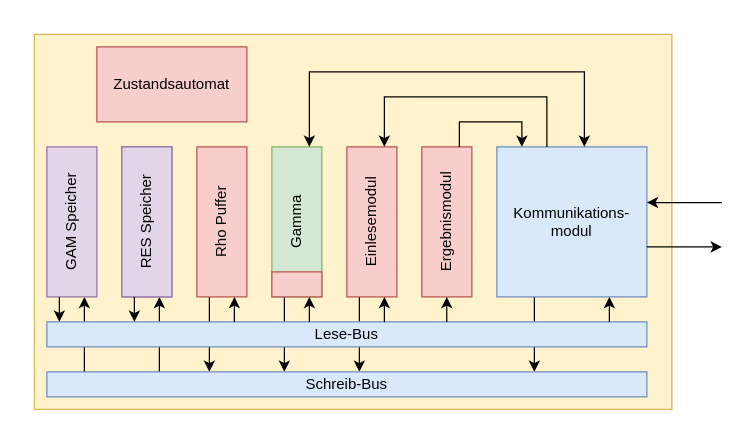
This is images/drawio templates/Iteration_3.drawio from niklaslorenz/abschlussarbeit, a draw.io file, before an edit. Source tidied: cells renumbered, new cells numbered last; positions are measured from the earlier drawing's top-left corner, leaving out a move shared by most shapes. Both pictures are drawn from the tidied source at 125%, with x=0, y=0 at pixel (9, 34).
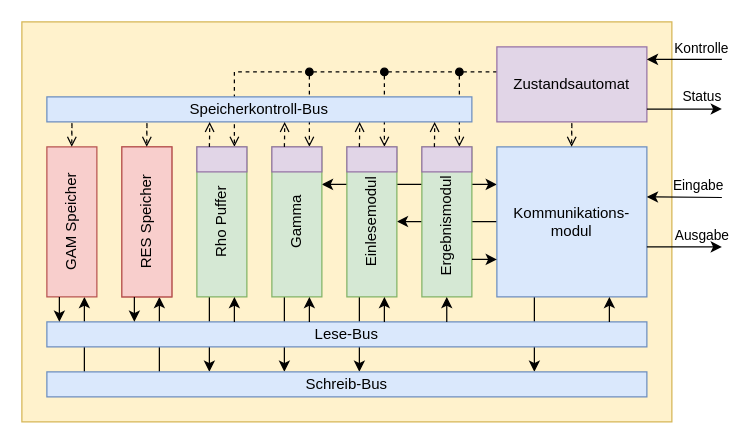
After the change.

The change refers to these unchanged cells:
```xml
<mxCell id="9" style="group;" parent="1" vertex="1">
  <mxGeometry x="30" y="90" width="40" height="120" as="geometry" />
</mxCell>
<mxCell id="18" style="group;" parent="1" vertex="1">
  <mxGeometry x="150" y="90" width="40" height="120" as="geometry" />
</mxCell>
<mxCell id="40" style="endArrow=classic;html=1;rounded=0;" parent="1" edge="1">
  <mxGeometry relative="1" as="geometry">
    <mxPoint x="510" y="170" as="sourcePoint" />
    <mxPoint x="570" y="170" as="targetPoint" />
  </mxGeometry>
</mxCell>
```

The edit, as a diff of the source:
```diff
@@
-    <mxCell id="2" style="rounded=0;whiteSpace=wrap;html=1;fillColor=#fff2cc;strokeColor=#d6b656;" parent="1" vertex="1">
-      <mxGeometry x="20" width="510" height="300" as="geometry" />
-    </mxCell>
+    <mxCell id="41" style="rounded=0;whiteSpace=wrap;html=1;fillColor=#fff2cc;strokeColor=#d6b656;" parent="1" vertex="1">
+      <mxGeometry x="10" y="-10" width="520" height="320" as="geometry" />
+    </mxCell>
+    <mxCell id="42" style="endArrow=open;html=1;rounded=0;dashed=1;endFill=0;startArrow=oval;startFill=1;" parent="1" edge="1">
+      <mxGeometry relative="1" as="geometry">
+        <mxPoint x="360" y="30" as="sourcePoint" />
+        <mxPoint x="360" y="90" as="targetPoint" />
+      </mxGeometry>
+    </mxCell>
+    <mxCell id="43" style="endArrow=open;html=1;rounded=0;dashed=1;endFill=0;startArrow=oval;startFill=1;" parent="1" edge="1">
+      <mxGeometry relative="1" as="geometry">
+        <mxPoint x="300" y="30" as="sourcePoint" />
+        <mxPoint x="300" y="90" as="targetPoint" />
+      </mxGeometry>
+    </mxCell>
+    <mxCell id="44" style="endArrow=open;html=1;rounded=0;dashed=1;endFill=0;startArrow=oval;startFill=1;" parent="1" edge="1">
+      <mxGeometry relative="1" as="geometry">
+        <mxPoint x="240" y="30" as="sourcePoint" />
+        <mxPoint x="240" y="90" as="targetPoint" />
+      </mxGeometry>
+    </mxCell>
+    <mxCell id="45" style="endArrow=open;html=1;rounded=0;dashed=1;endFill=0;" parent="1" edge="1">
+      <mxGeometry relative="1" as="geometry">
+        <mxPoint x="390" y="30" as="sourcePoint" />
+        <mxPoint x="180" y="90" as="targetPoint" />
+        <Array as="points">
+          <mxPoint x="180" y="30" />
+        </Array>
+      </mxGeometry>
+    </mxCell>
+    <mxCell id="46" style="endArrow=classic;html=1;rounded=0;" parent="1" edge="1">
+      <mxGeometry relative="1" as="geometry">
+        <mxPoint x="390" y="149.7" as="sourcePoint" />
+        <mxPoint x="310" y="149.7" as="targetPoint" />
+      </mxGeometry>
+    </mxCell>
+    <mxCell id="47" style="endArrow=classic;startArrow=classic;html=1;rounded=0;" parent="1" edge="1">
+      <mxGeometry relative="1" as="geometry">
+        <mxPoint x="250" y="120" as="sourcePoint" />
+        <mxPoint x="390" y="120" as="targetPoint" />
+      </mxGeometry>
+    </mxCell>
@@
-    <mxCell id="10" style="rounded=0;whiteSpace=wrap;html=1;fillColor=#e1d5e7;strokeColor=#9673a6;" parent="9" vertex="1">
+    <mxCell id="10" style="rounded=0;whiteSpace=wrap;html=1;fillColor=#f8cecc;strokeColor=#b85450;" parent="9" vertex="1">
       <mxGeometry width="40" height="120" as="geometry" />
     </mxCell>
@@
-    <mxCell id="12" style="group;fillColor=#e1d5e7;strokeColor=#9673a6;" parent="1" vertex="1">
+    <mxCell id="12" style="group;fillColor=#f8cecc;strokeColor=#b85450;" parent="1" vertex="1">
       <mxGeometry x="90" y="90" width="40" height="120" as="geometry" />
     </mxCell>
-    <mxCell id="13" style="rounded=0;whiteSpace=wrap;html=1;fillColor=#e1d5e7;strokeColor=#9673a6;" parent="12" vertex="1">
+    <mxCell id="13" style="rounded=0;whiteSpace=wrap;html=1;fillColor=#f8cecc;strokeColor=#b85450;" parent="12" vertex="1">
       <mxGeometry width="40" height="120" as="geometry" />
     </mxCell>
@@
-    <mxCell id="19" style="rounded=0;whiteSpace=wrap;html=1;fillColor=#f8cecc;strokeColor=#b85450;" parent="18" vertex="1">
+    <mxCell id="19" style="rounded=0;whiteSpace=wrap;html=1;fillColor=#d5e8d4;strokeColor=#82b366;" parent="18" vertex="1">
       <mxGeometry width="40" height="120" as="geometry" />
     </mxCell>
@@
+    <mxCell id="48" style="rounded=0;whiteSpace=wrap;html=1;fillColor=#e1d5e7;strokeColor=#9673a6;" parent="18" vertex="1">
+      <mxGeometry width="40" height="20" as="geometry" />
+    </mxCell>
@@
-    <mxCell id="24" style="rounded=0;whiteSpace=wrap;html=1;fillColor=#f8cecc;strokeColor=#b85450;" parent="1" vertex="1">
-      <mxGeometry x="210" y="190" width="40" height="20" as="geometry" />
+    <mxCell id="24" style="rounded=0;whiteSpace=wrap;html=1;fillColor=#e1d5e7;strokeColor=#9673a6;" parent="1" vertex="1">
+      <mxGeometry x="210" y="90" width="40" height="20" as="geometry" />
     </mxCell>
-    <mxCell id="25" style="rounded=0;whiteSpace=wrap;html=1;fillColor=#f8cecc;strokeColor=#b85450;" parent="1" vertex="1">
+    <mxCell id="25" style="rounded=0;whiteSpace=wrap;html=1;fillColor=#d5e8d4;strokeColor=#82b366;" parent="1" vertex="1">
       <mxGeometry x="270" y="90" width="40" height="120" as="geometry" />
     </mxCell>
@@
-    <mxCell id="31" style="rounded=0;whiteSpace=wrap;html=1;fillColor=#f8cecc;strokeColor=#b85450;" parent="1" vertex="1">
+    <mxCell id="31" style="rounded=0;whiteSpace=wrap;html=1;fillColor=#d5e8d4;strokeColor=#82b366;" parent="1" vertex="1">
       <mxGeometry x="330" y="90" width="40" height="120" as="geometry" />
     </mxCell>
-    <mxCell id="32" value="Ergebnismodul" style="text;html=1;strokeColor=none;fillColor=none;align=center;verticalAlign=middle;whiteSpace=wrap;rounded=0;rotation=-90;" parent="1" vertex="1">
+    <mxCell id="32" value="Ergebnismodul&amp;nbsp;&amp;nbsp;" style="text;html=1;strokeColor=none;fillColor=none;align=center;verticalAlign=middle;whiteSpace=wrap;rounded=0;rotation=-90;" parent="1" vertex="1">
       <mxGeometry x="320" y="135" width="60" height="30" as="geometry" />
     </mxCell>
@@
-    <mxCell id="35" style="endArrow=classic;html=1;rounded=0;" parent="1" edge="1">
-      <mxGeometry relative="1" as="geometry">
-        <mxPoint x="430" y="90" as="sourcePoint" />
-        <mxPoint x="300" y="90" as="targetPoint" />
-        <Array as="points">
-          <mxPoint x="430" y="50" />
-          <mxPoint x="300" y="50" />
-        </Array>
-      </mxGeometry>
-    </mxCell>
-    <mxCell id="36" style="endArrow=classic;html=1;rounded=0;" parent="1" edge="1">
-      <mxGeometry relative="1" as="geometry">
-        <mxPoint x="360" y="90" as="sourcePoint" />
-        <mxPoint x="410" y="90" as="targetPoint" />
-        <Array as="points">
-          <mxPoint x="360" y="70" />
-          <mxPoint x="410" y="70" />
-        </Array>
-      </mxGeometry>
-    </mxCell>
-    <mxCell id="37" style="endArrow=classic;html=1;rounded=0;startArrow=classic;startFill=1;" parent="1" edge="1">
-      <mxGeometry relative="1" as="geometry">
-        <mxPoint x="460" y="90" as="sourcePoint" />
-        <mxPoint x="240" y="90" as="targetPoint" />
-        <Array as="points">
-          <mxPoint x="460" y="30" />
-          <mxPoint x="240" y="30" />
-        </Array>
-      </mxGeometry>
-    </mxCell>
-    <mxCell id="38" value="Zustandsautomat" style="rounded=0;whiteSpace=wrap;html=1;fillColor=#f8cecc;strokeColor=#b85450;" parent="1" vertex="1">
-      <mxGeometry x="70" y="10" width="120" height="60" as="geometry" />
+    <mxCell id="38" value="Zustandsautomat" style="rounded=0;whiteSpace=wrap;html=1;fillColor=#e1d5e7;strokeColor=#9673a6;" parent="1" vertex="1">
+      <mxGeometry x="390" y="10" width="120" height="60" as="geometry" />
     </mxCell>
     <mxCell id="39" style="endArrow=classic;html=1;rounded=0;" parent="1" edge="1">
       <mxGeometry relative="1" as="geometry">
-        <mxPoint x="570" y="134.5" as="sourcePoint" />
-        <mxPoint x="510" y="134.5" as="targetPoint" />
+        <mxPoint x="570" y="130.5" as="sourcePoint" />
+        <mxPoint x="510" y="130" as="targetPoint" />
       </mxGeometry>
     </mxCell>
+    <mxCell id="49" value="Eingabe" style="edgeLabel;html=1;align=center;verticalAlign=middle;labelBackgroundColor=none;" parent="39" vertex="1">
+      <mxGeometry x="-0.77" relative="1" as="geometry">
+        <mxPoint x="-13" y="-10" as="offset" />
+      </mxGeometry>
+    </mxCell>
@@
+    <mxCell id="50" value="Ausgabe" style="edgeLabel;html=1;align=center;verticalAlign=middle;labelBackgroundColor=none;" parent="40" vertex="1">
+      <mxGeometry x="0.64" relative="1" as="geometry">
+        <mxPoint x="-6" y="-10" as="offset" />
+      </mxGeometry>
+    </mxCell>
+    <mxCell id="51" style="rounded=0;whiteSpace=wrap;html=1;fillColor=#e1d5e7;strokeColor=#9673a6;" parent="1" vertex="1">
+      <mxGeometry x="270" y="90" width="40" height="20" as="geometry" />
+    </mxCell>
+    <mxCell id="52" style="rounded=0;whiteSpace=wrap;html=1;fillColor=#e1d5e7;strokeColor=#9673a6;" parent="1" vertex="1">
+      <mxGeometry x="330" y="90" width="40" height="20" as="geometry" />
+    </mxCell>
+    <mxCell id="53" value="Speicherkontroll-Bus" style="rounded=0;whiteSpace=wrap;html=1;fillColor=#DAE8FC;strokeColor=#6c8ebf;" parent="1" vertex="1">
+      <mxGeometry x="30" y="50" width="340" height="20" as="geometry" />
+    </mxCell>
+    <mxCell id="54" style="endArrow=classic;html=1;rounded=0;" parent="1" edge="1">
+      <mxGeometry relative="1" as="geometry">
+        <mxPoint x="370" y="180" as="sourcePoint" />
+        <mxPoint x="390" y="180" as="targetPoint" />
+      </mxGeometry>
+    </mxCell>
+    <mxCell id="55" style="endArrow=open;html=1;rounded=0;dashed=1;endFill=0;" parent="1" edge="1">
+      <mxGeometry relative="1" as="geometry">
+        <mxPoint x="160" y="90" as="sourcePoint" />
+        <mxPoint x="160.2" y="70" as="targetPoint" />
+        <Array as="points">
+          <mxPoint x="160.2" y="80" />
+        </Array>
+      </mxGeometry>
+    </mxCell>
+    <mxCell id="56" style="endArrow=open;html=1;rounded=0;dashed=1;endFill=0;" parent="1" edge="1">
+      <mxGeometry relative="1" as="geometry">
+        <mxPoint x="220" y="90" as="sourcePoint" />
+        <mxPoint x="220.2" y="70" as="targetPoint" />
+        <Array as="points">
+          <mxPoint x="220.2" y="80" />
+        </Array>
+      </mxGeometry>
+    </mxCell>
+    <mxCell id="57" style="endArrow=open;html=1;rounded=0;endFill=0;dashed=1;" parent="1" edge="1">
+      <mxGeometry relative="1" as="geometry">
+        <mxPoint x="280" y="90" as="sourcePoint" />
+        <mxPoint x="280.2" y="70" as="targetPoint" />
+        <Array as="points">
+          <mxPoint x="280.2" y="80" />
+        </Array>
+      </mxGeometry>
+    </mxCell>
+    <mxCell id="58" style="endArrow=open;html=1;rounded=0;dashed=1;endFill=0;" parent="1" edge="1">
+      <mxGeometry relative="1" as="geometry">
+        <mxPoint x="340" y="90" as="sourcePoint" />
+        <mxPoint x="340.2" y="70" as="targetPoint" />
+        <Array as="points">
+          <mxPoint x="340.2" y="80" />
+        </Array>
+      </mxGeometry>
+    </mxCell>
+    <mxCell id="59" style="endArrow=open;html=1;rounded=0;endFill=0;dashed=1;" parent="1" edge="1">
+      <mxGeometry relative="1" as="geometry">
+        <mxPoint x="109.9" y="80" as="sourcePoint" />
+        <mxPoint x="109.9" y="90" as="targetPoint" />
+        <Array as="points">
+          <mxPoint x="110.1" y="70" />
+        </Array>
+      </mxGeometry>
+    </mxCell>
+    <mxCell id="60" style="endArrow=open;html=1;rounded=0;endFill=0;dashed=1;" parent="1" edge="1">
+      <mxGeometry relative="1" as="geometry">
+        <mxPoint x="49.9" y="80" as="sourcePoint" />
+        <mxPoint x="49.9" y="90" as="targetPoint" />
+        <Array as="points">
+          <mxPoint x="50.1" y="70" />
+        </Array>
+      </mxGeometry>
+    </mxCell>
+    <mxCell id="61" style="endArrow=open;html=1;rounded=0;endFill=0;dashed=1;" parent="1" edge="1">
+      <mxGeometry relative="1" as="geometry">
+        <mxPoint x="449.8" y="80" as="sourcePoint" />
+        <mxPoint x="449.8" y="90" as="targetPoint" />
+        <Array as="points">
+          <mxPoint x="450" y="70" />
+        </Array>
+      </mxGeometry>
+    </mxCell>
+    <mxCell id="62" style="endArrow=classic;html=1;rounded=0;" parent="1" edge="1">
+      <mxGeometry relative="1" as="geometry">
+        <mxPoint x="570" y="20" as="sourcePoint" />
+        <mxPoint x="510" y="20" as="targetPoint" />
+      </mxGeometry>
+    </mxCell>
+    <mxCell id="63" value="&amp;nbsp;Kontrolle" style="edgeLabel;html=1;align=center;verticalAlign=middle;labelBackgroundColor=none;" parent="62" vertex="1">
+      <mxGeometry x="-0.72" y="1" relative="1" as="geometry">
+        <mxPoint x="-11" y="-11" as="offset" />
+      </mxGeometry>
+    </mxCell>
+    <mxCell id="64" style="endArrow=classic;html=1;rounded=0;" parent="1" edge="1">
+      <mxGeometry relative="1" as="geometry">
+        <mxPoint x="510" y="59.7" as="sourcePoint" />
+        <mxPoint x="570" y="59.7" as="targetPoint" />
+      </mxGeometry>
+    </mxCell>
+    <mxCell id="65" value="Status" style="edgeLabel;html=1;align=center;verticalAlign=middle;labelBackgroundColor=none;" parent="64" vertex="1">
+      <mxGeometry x="0.64" relative="1" as="geometry">
+        <mxPoint x="-6" y="-10" as="offset" />
+      </mxGeometry>
+    </mxCell>
```
